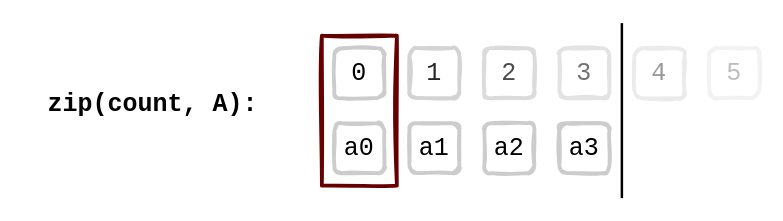
Above: media/iter-zip-count.drawio in flotpython/slides (draw.io), before the change. Source tidied: cells renumbered, new cells numbered last; positions are measured from the earlier drawing's top-left corner, leaving out a move shared by most shapes. Both pictures are drawn from the tidied source at 125%, with x=0, y=0 at pixel (34, 22).
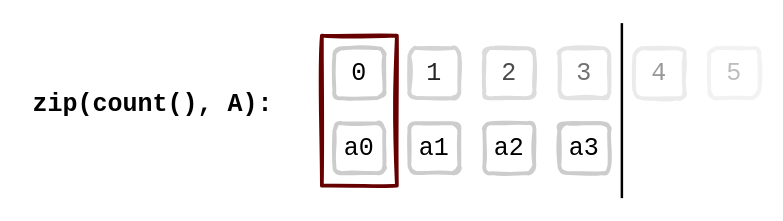
Above is the later version.

Commit message (it also covers changes not shown here):
zip(count(), A) - not zip(count, A)

Change to the diagram source:
```diff
@@
 <mxGraphModel>
   <root>
     <mxCell id="0" />
     <mxCell id="1" parent="0" />
-    <mxCell id="2" value="&lt;b&gt;zip(count, A):&lt;/b&gt;" style="text;html=1;strokeColor=none;fillColor=none;align=center;verticalAlign=middle;whiteSpace=wrap;rounded=0;shadow=0;glass=0;sketch=1;fontFamily=Courier New;fontSize=20;" parent="1" vertex="1">
-      <mxGeometry y="50" width="190" height="30" as="geometry" />
+    <mxCell id="2" value="&lt;b&gt;zip(count(), A):&lt;/b&gt;" style="text;html=1;strokeColor=none;fillColor=none;align=center;verticalAlign=middle;whiteSpace=wrap;rounded=0;shadow=0;glass=0;sketch=1;fontFamily=Courier New;fontSize=20;" parent="1" vertex="1">
+      <mxGeometry x="-10" y="50" width="210" height="30" as="geometry" />
     </mxCell>
     <mxCell id="3" value="&lt;font style=&quot;font-size: 20px&quot;&gt;a0&lt;/font&gt;" style="rounded=1;whiteSpace=wrap;html=1;fontFamily=Courier New;fontSize=24;strokeWidth=3;glass=0;shadow=0;sketch=1;strokeColor=#CCCCCC;" parent="1" vertex="1">
       <mxGeometry x="240" y="80" width="40" height="40" as="geometry" />
     </mxCell>
     <mxCell id="4" value="&lt;font style=&quot;font-size: 20px&quot;&gt;a1&lt;/font&gt;" style="rounded=1;whiteSpace=wrap;html=1;fontFamily=Courier New;fontSize=24;strokeWidth=3;glass=0;shadow=0;sketch=1;strokeColor=#CCCCCC;" parent="1" vertex="1">
       <mxGeometry x="300" y="80" width="40" height="40" as="geometry" />
     </mxCell>
     <mxCell id="5" value="&lt;font style=&quot;font-size: 20px&quot;&gt;a2&lt;/font&gt;" style="rounded=1;whiteSpace=wrap;html=1;fontFamily=Courier New;fontSize=24;strokeWidth=3;glass=0;shadow=0;sketch=1;strokeColor=#CCCCCC;" parent="1" vertex="1">
       <mxGeometry x="360" y="80" width="40" height="40" as="geometry" />
     </mxCell>
     <mxCell id="6" value="&lt;font style=&quot;font-size: 20px&quot;&gt;a3&lt;/font&gt;" style="rounded=1;whiteSpace=wrap;html=1;fontFamily=Courier New;fontSize=24;strokeWidth=3;glass=0;shadow=0;sketch=1;strokeColor=#CCCCCC;" parent="1" vertex="1">
       <mxGeometry x="420" y="80" width="40" height="40" as="geometry" />
     </mxCell>
     <mxCell id="7" value="&lt;font style=&quot;font-size: 20px&quot;&gt;0&lt;/font&gt;" style="rounded=1;whiteSpace=wrap;html=1;fontFamily=Courier New;fontSize=24;strokeWidth=3;glass=0;shadow=0;sketch=1;strokeColor=#CCCCCC;" parent="1" vertex="1">
       <mxGeometry x="240" y="20" width="40" height="40" as="geometry" />
     </mxCell>
     <mxCell id="8" value="&lt;font style=&quot;font-size: 20px&quot;&gt;1&lt;/font&gt;" style="rounded=1;whiteSpace=wrap;html=1;fontFamily=Courier New;fontSize=24;strokeWidth=3;glass=0;shadow=0;sketch=1;strokeColor=#CCCCCC;opacity=85;textOpacity=85;" parent="1" vertex="1">
       <mxGeometry x="300" y="20" width="40" height="40" as="geometry" />
     </mxCell>
     <mxCell id="9" value="&lt;font style=&quot;font-size: 20px&quot;&gt;2&lt;/font&gt;" style="rounded=1;whiteSpace=wrap;html=1;fontFamily=Courier New;fontSize=24;strokeWidth=3;glass=0;shadow=0;sketch=1;strokeColor=#CCCCCC;textOpacity=70;opacity=70;" parent="1" vertex="1">
       <mxGeometry x="360" y="20" width="40" height="40" as="geometry" />
     </mxCell>
     <mxCell id="10" value="&lt;font style=&quot;font-size: 20px&quot;&gt;3&lt;/font&gt;" style="rounded=1;whiteSpace=wrap;html=1;fontFamily=Courier New;fontSize=24;strokeWidth=3;glass=0;shadow=0;sketch=1;strokeColor=#CCCCCC;opacity=55;textOpacity=55;" parent="1" vertex="1">
       <mxGeometry x="420" y="20" width="40" height="40" as="geometry" />
     </mxCell>
     <mxCell id="11" style="rounded=0;whiteSpace=wrap;html=1;fillColor=none;strokeColor=#660000;strokeWidth=3;sketch=1;" parent="1" vertex="1">
       <mxGeometry x="230" y="10" width="60" height="120" as="geometry" />
     </mxCell>
     <mxCell id="12" value="&lt;font style=&quot;font-size: 20px&quot;&gt;4&lt;/font&gt;" style="rounded=1;whiteSpace=wrap;html=1;fontFamily=Courier New;fontSize=24;strokeWidth=3;glass=0;shadow=0;sketch=1;strokeColor=#CCCCCC;opacity=40;strokeOpacity=100;textOpacity=40;" parent="1" vertex="1">
       <mxGeometry x="480" y="20" width="40" height="40" as="geometry" />
     </mxCell>
     <mxCell id="13" value="&lt;font style=&quot;font-size: 20px&quot;&gt;5&lt;/font&gt;" style="rounded=1;whiteSpace=wrap;html=1;fontFamily=Courier New;fontSize=24;strokeWidth=3;glass=0;shadow=0;sketch=1;strokeColor=#CCCCCC;opacity=25;textOpacity=25;" parent="1" vertex="1">
       <mxGeometry x="540" y="20" width="40" height="40" as="geometry" />
     </mxCell>
     <mxCell id="14" style="endArrow=none;html=1;strokeWidth=2;" parent="1" edge="1">
       <mxGeometry relative="1" as="geometry">
         <mxPoint x="470" y="140" as="sourcePoint" />
         <mxPoint x="470" as="targetPoint" />
       </mxGeometry>
     </mxCell>
   </root>
 </mxGraphModel>
```
